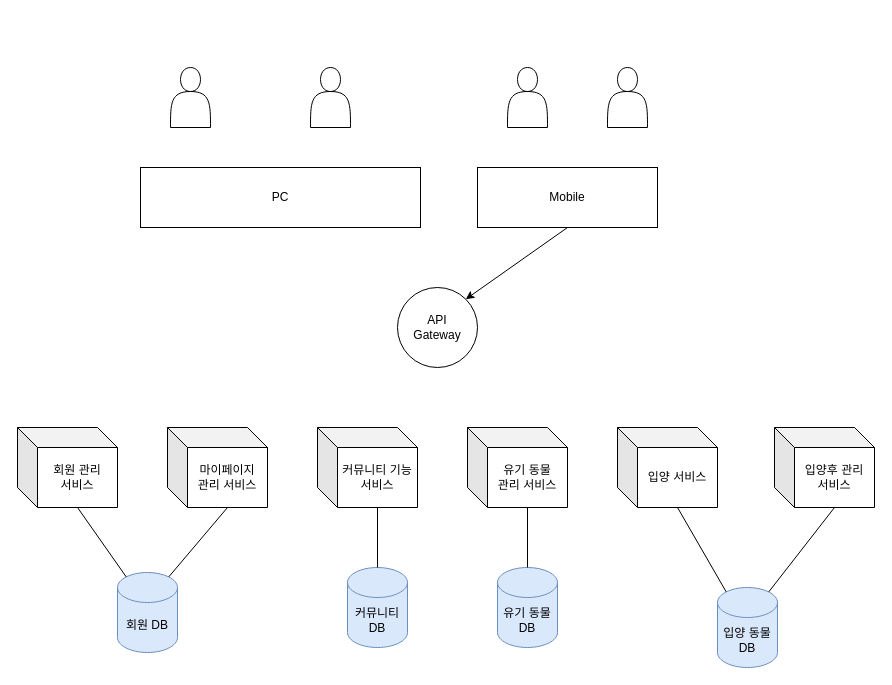
Above: 제목 없는 다이어그램.drawio in HarryBae1011/SoftwareEngineering_Flowchart (draw.io), before the change. Source tidied: cells renumbered, new cells numbered last; positions are measured from the earlier drawing's top-left corner, leaving out a move shared by most shapes. Both pictures are drawn from the tidied source at 100%, with x=0, y=0 at pixel (17, 67).
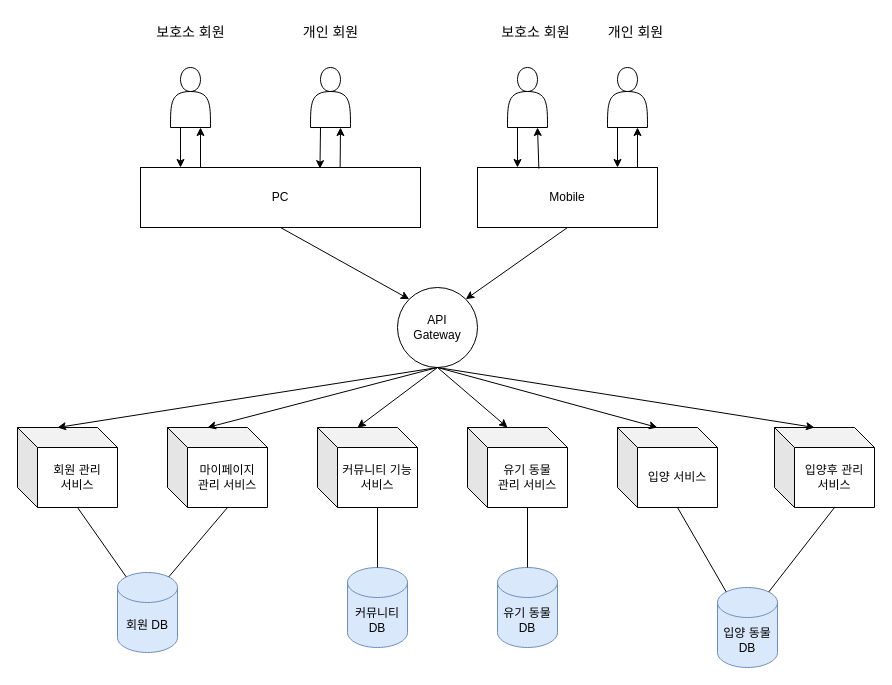
After the change.

Commit message (it also covers changes not shown here):
제목 없는 다이어그램.drawio 업데이트

Unchanged cells that the change refers to:
```xml
<mxCell id="2" style="shape=actor;whiteSpace=wrap;html=1;" parent="1" vertex="1">
  <mxGeometry x="153" width="40" height="60" as="geometry" />
</mxCell>
<mxCell id="3" style="shape=actor;whiteSpace=wrap;html=1;" parent="1" vertex="1">
  <mxGeometry x="293" width="40" height="60" as="geometry" />
</mxCell>
<mxCell id="4" style="shape=actor;whiteSpace=wrap;html=1;" parent="1" vertex="1">
  <mxGeometry x="490" width="40" height="60" as="geometry" />
</mxCell>
<mxCell id="5" value="API&lt;br&gt;Gateway" style="ellipse;whiteSpace=wrap;html=1;" parent="1" vertex="1">
  <mxGeometry x="380" y="220" width="80" height="80" as="geometry" />
</mxCell>
<mxCell id="6" value="PC" style="rounded=0;whiteSpace=wrap;html=1;" parent="1" vertex="1">
  <mxGeometry x="123" y="100" width="280" height="60" as="geometry" />
</mxCell>
<mxCell id="8" value="Mobile" style="rounded=0;whiteSpace=wrap;html=1;" parent="1" vertex="1">
  <mxGeometry x="460" y="100" width="180" height="60" as="geometry" />
</mxCell>
<mxCell id="9" style="shape=actor;whiteSpace=wrap;html=1;" parent="1" vertex="1">
  <mxGeometry x="590" width="40" height="60" as="geometry" />
</mxCell>
<mxCell id="10" value="회원 관리&lt;br&gt;서비스" style="shape=cube;whiteSpace=wrap;html=1;boundedLbl=1;backgroundOutline=1;darkOpacity=0.05;darkOpacity2=0.1;" parent="1" vertex="1">
  <mxGeometry y="360" width="100" height="80" as="geometry" />
</mxCell>
<mxCell id="11" value="유기 동물&lt;br&gt;관리 서비스" style="shape=cube;whiteSpace=wrap;html=1;boundedLbl=1;backgroundOutline=1;darkOpacity=0.05;darkOpacity2=0.1;" parent="1" vertex="1">
  <mxGeometry x="450" y="360" width="100" height="80" as="geometry" />
</mxCell>
<mxCell id="12" value="입양 서비스" style="shape=cube;whiteSpace=wrap;html=1;boundedLbl=1;backgroundOutline=1;darkOpacity=0.05;darkOpacity2=0.1;" parent="1" vertex="1">
  <mxGeometry x="600" y="360" width="100" height="80" as="geometry" />
</mxCell>
<mxCell id="13" value="마이페이지&lt;br&gt;관리 서비스" style="shape=cube;whiteSpace=wrap;html=1;boundedLbl=1;backgroundOutline=1;darkOpacity=0.05;darkOpacity2=0.1;" parent="1" vertex="1">
  <mxGeometry x="150" y="360" width="100" height="80" as="geometry" />
</mxCell>
<mxCell id="14" value="커뮤니티 기능&lt;br&gt;서비스" style="shape=cube;whiteSpace=wrap;html=1;boundedLbl=1;backgroundOutline=1;darkOpacity=0.05;darkOpacity2=0.1;" parent="1" vertex="1">
  <mxGeometry x="300" y="360" width="100" height="80" as="geometry" />
</mxCell>
<mxCell id="15" value="입양후 관리&lt;br&gt;서비스" style="shape=cube;whiteSpace=wrap;html=1;boundedLbl=1;backgroundOutline=1;darkOpacity=0.05;darkOpacity2=0.1;" parent="1" vertex="1">
  <mxGeometry x="757" y="360" width="100" height="80" as="geometry" />
</mxCell>
```

Diff of the diagram source:
```diff
@@
+    <mxCell id="26" style="endArrow=classic;html=1;rounded=0;entryX=0;entryY=0;entryDx=40;entryDy=0;entryPerimeter=0;exitX=0.5;exitY=1;exitDx=0;exitDy=0;" parent="1" edge="1" source="5" target="10">
+      <mxGeometry relative="1" as="geometry" />
+    </mxCell>
+    <mxCell id="27" style="endArrow=classic;html=1;rounded=0;entryX=0;entryY=0;entryDx=40;entryDy=0;entryPerimeter=0;exitX=0.5;exitY=1;exitDx=0;exitDy=0;" parent="1" edge="1" source="5" target="13">
+      <mxGeometry relative="1" as="geometry" />
+    </mxCell>
+    <mxCell id="28" style="endArrow=classic;html=1;rounded=0;exitX=0.5;exitY=1;exitDx=0;exitDy=0;entryX=0;entryY=0;entryDx=40;entryDy=0;entryPerimeter=0;" parent="1" edge="1" source="5" target="14">
+      <mxGeometry relative="1" as="geometry" />
+    </mxCell>
+    <mxCell id="29" style="endArrow=classic;html=1;rounded=0;exitX=0.5;exitY=1;exitDx=0;exitDy=0;entryX=0;entryY=0;entryDx=40;entryDy=0;entryPerimeter=0;" parent="1" edge="1" source="5" target="11">
+      <mxGeometry relative="1" as="geometry" />
+    </mxCell>
+    <mxCell id="30" style="endArrow=classic;html=1;rounded=0;entryX=0;entryY=0;entryDx=40;entryDy=0;entryPerimeter=0;exitX=0.5;exitY=1;exitDx=0;exitDy=0;" parent="1" edge="1" source="5" target="12">
+      <mxGeometry relative="1" as="geometry" />
+    </mxCell>
+    <mxCell id="31" style="endArrow=classic;html=1;rounded=0;entryX=0;entryY=0;entryDx=40;entryDy=0;entryPerimeter=0;exitX=0.5;exitY=1;exitDx=0;exitDy=0;" parent="1" edge="1" source="5" target="15">
+      <mxGeometry relative="1" as="geometry" />
+    </mxCell>
+    <mxCell id="32" style="endArrow=classic;html=1;rounded=0;entryX=0;entryY=0;entryDx=0;entryDy=0;exitX=0.5;exitY=1;exitDx=0;exitDy=0;" parent="1" edge="1" source="6" target="5">
+      <mxGeometry relative="1" as="geometry" />
+    </mxCell>
+    <mxCell id="33" style="endArrow=classic;html=1;rounded=0;" parent="1" edge="1">
+      <mxGeometry relative="1" as="geometry">
+        <mxPoint x="163" y="60" as="sourcePoint" />
+        <mxPoint x="163" y="100" as="targetPoint" />
+      </mxGeometry>
+    </mxCell>
+    <mxCell id="34" style="endArrow=classic;html=1;rounded=0;exitX=0.25;exitY=1;exitDx=0;exitDy=0;entryX=0.641;entryY=0.019;entryDx=0;entryDy=0;entryPerimeter=0;" parent="1" edge="1" source="3" target="6">
+      <mxGeometry relative="1" as="geometry" />
+    </mxCell>
+    <mxCell id="35" style="endArrow=classic;html=1;rounded=0;exitX=0.25;exitY=1;exitDx=0;exitDy=0;" parent="1" edge="1" source="4">
+      <mxGeometry relative="1" as="geometry">
+        <mxPoint x="500" y="100" as="targetPoint" />
+      </mxGeometry>
+    </mxCell>
+    <mxCell id="36" style="endArrow=classic;html=1;rounded=0;exitX=0.25;exitY=1;exitDx=0;exitDy=0;" parent="1" edge="1" source="9">
+      <mxGeometry relative="1" as="geometry">
+        <mxPoint x="600" y="100" as="targetPoint" />
+      </mxGeometry>
+    </mxCell>
+    <mxCell id="37" style="endArrow=classic;html=1;rounded=0;entryX=0.75;entryY=1;entryDx=0;entryDy=0;" parent="1" edge="1" target="2">
+      <mxGeometry relative="1" as="geometry">
+        <mxPoint x="183" y="100" as="sourcePoint" />
+      </mxGeometry>
+    </mxCell>
+    <mxCell id="38" style="endArrow=classic;html=1;rounded=0;entryX=0.75;entryY=1;entryDx=0;entryDy=0;exitX=0.713;exitY=0;exitDx=0;exitDy=0;exitPerimeter=0;" parent="1" edge="1" source="6" target="3">
+      <mxGeometry relative="1" as="geometry" />
+    </mxCell>
+    <mxCell id="39" style="endArrow=classic;html=1;rounded=0;entryX=0.75;entryY=1;entryDx=0;entryDy=0;exitX=0.341;exitY=0.019;exitDx=0;exitDy=0;exitPerimeter=0;" parent="1" edge="1" source="8" target="4">
+      <mxGeometry relative="1" as="geometry" />
+    </mxCell>
+    <mxCell id="40" style="endArrow=classic;html=1;rounded=0;entryX=0.75;entryY=1;entryDx=0;entryDy=0;" parent="1" edge="1" target="9">
+      <mxGeometry relative="1" as="geometry">
+        <mxPoint x="620" y="100" as="sourcePoint" />
+      </mxGeometry>
+    </mxCell>
+    <mxCell id="41" value="보호소 회원" style="text;html=1;strokeColor=none;fillColor=none;align=center;verticalAlign=middle;whiteSpace=wrap;rounded=0;fontSize=14;" parent="1" vertex="1">
+      <mxGeometry x="134.5" y="-50" width="77" height="30" as="geometry" />
+    </mxCell>
+    <mxCell id="42" value="개인 회원" style="text;html=1;strokeColor=none;fillColor=none;align=center;verticalAlign=middle;whiteSpace=wrap;rounded=0;fontSize=14;" parent="1" vertex="1">
+      <mxGeometry x="274.5" y="-50" width="77" height="30" as="geometry" />
+    </mxCell>
+    <mxCell id="43" value="보호소 회원" style="text;html=1;strokeColor=none;fillColor=none;align=center;verticalAlign=middle;whiteSpace=wrap;rounded=0;fontSize=14;" parent="1" vertex="1">
+      <mxGeometry x="480" y="-50" width="77" height="30" as="geometry" />
+    </mxCell>
+    <mxCell id="44" value="개인 회원" style="text;html=1;strokeColor=none;fillColor=none;align=center;verticalAlign=middle;whiteSpace=wrap;rounded=0;fontSize=14;" parent="1" vertex="1">
+      <mxGeometry x="580" y="-50" width="77" height="30" as="geometry" />
+    </mxCell>
```
